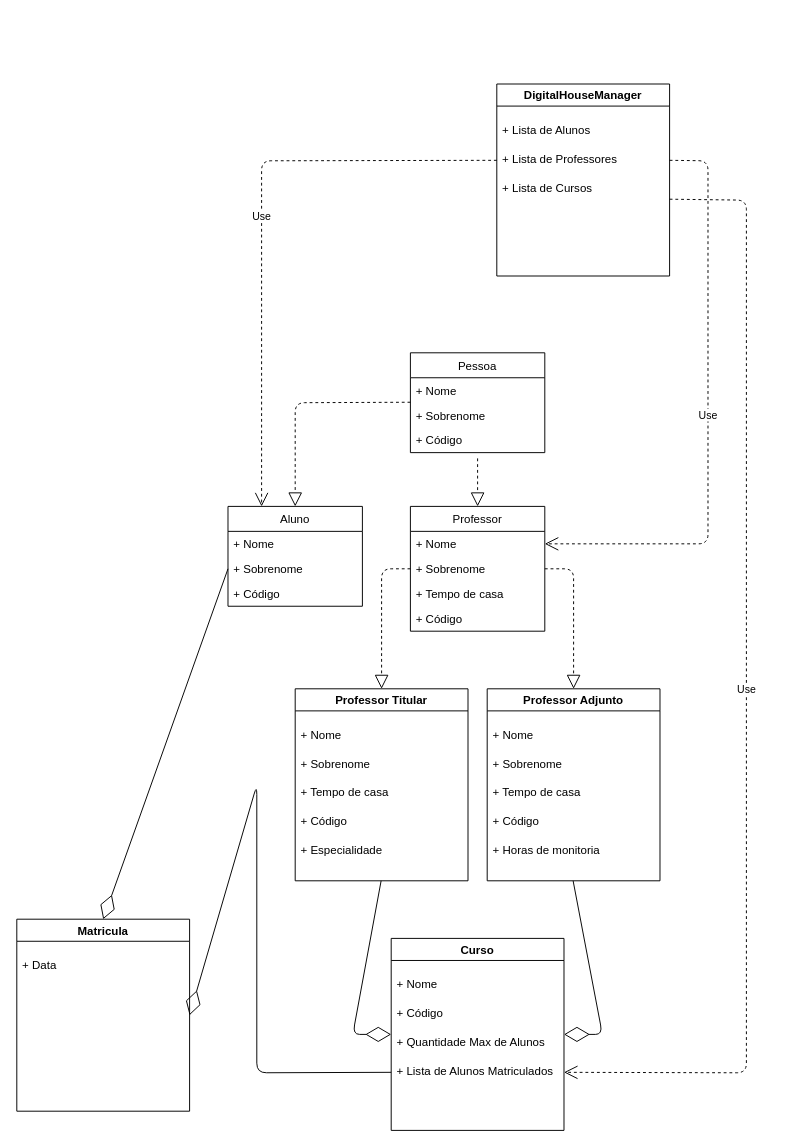
The draw.io diagram page "Page-1" (1 of 3) of DesafioDigitalHouse/UMLDesafio.drawio in nailson13b/Digital-House, before the edit. Source tidied: cells renumbered, new cells numbered last; positions are measured from the earlier drawing's top-left corner, leaving out a move shared by most shapes. Both pictures are drawn from the tidied source at 96%, with x=0, y=0 at pixel (16, 84).
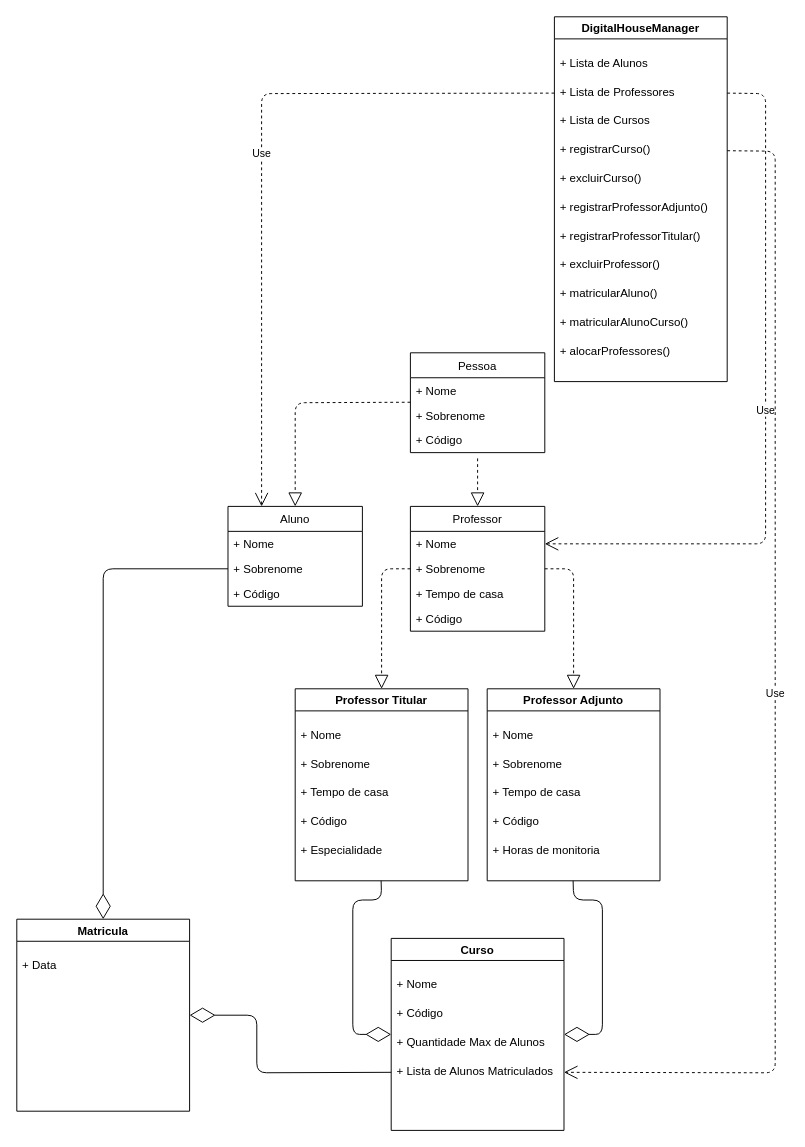
Above is the later version.

The change refers to these unchanged cells:
```xml
<mxCell id="2" value="Aluno" style="swimlane;fontStyle=0;horizontal=1;startSize=26;fillColor=none;" parent="1" vertex="1">
  <mxGeometry x="220" y="440" width="140" height="104" as="geometry" />
</mxCell>
<mxCell id="4" value="+ Sobrenome" style="text;strokeColor=none;fillColor=none;align=left;verticalAlign=top;spacingLeft=4;spacingRight=4;overflow=hidden;points=[[0,0.5],[1,0.5]];portConstraint=eastwest;" parent="2" vertex="1">
  <mxGeometry y="52" width="140" height="26" as="geometry" />
</mxCell>
<mxCell id="7" value="+ Nome" style="text;strokeColor=none;fillColor=none;align=left;verticalAlign=top;spacingLeft=4;spacingRight=4;overflow=hidden;points=[[0,0.5],[1,0.5]];portConstraint=eastwest;" parent="6" vertex="1">
  <mxGeometry y="26" width="140" height="26" as="geometry" />
</mxCell>
<mxCell id="37" value="+ Lista de Alunos Matriculados" style="text;strokeColor=none;fillColor=none;align=left;verticalAlign=top;spacingLeft=4;spacingRight=4;overflow=hidden;points=[[0,0.5],[1,0.5]];portConstraint=eastwest;" parent="33" vertex="1">
  <mxGeometry y="124.5" width="180" height="30" as="geometry" />
</mxCell>
<mxCell id="38" value="Matricula" style="swimlane;startSize=23;" parent="1" vertex="1">
  <mxGeometry y="870" width="180" height="200" as="geometry" />
</mxCell>
<mxCell id="44" value="+ Lista de Professores" style="text;strokeColor=none;fillColor=none;align=left;verticalAlign=top;spacingLeft=4;spacingRight=4;overflow=hidden;points=[[0,0.5],[1,0.5]];portConstraint=eastwest;" parent="42" vertex="1">
  <mxGeometry y="64.5" width="180" height="30" as="geometry" />
</mxCell>
```

The edit, as a diff of the source:
```diff
@@
     <mxCell id="31" style="endArrow=diamondThin;endFill=0;endSize=24;html=1;strokeWidth=1;" parent="1" edge="1">
       <mxGeometry relative="1" as="geometry">
         <mxPoint x="579.5" y="830" as="sourcePoint" />
         <mxPoint x="570" y="990" as="targetPoint" />
         <Array as="points">
+          <mxPoint x="580" y="850" />
+          <mxPoint x="610" y="850" />
           <mxPoint x="610" y="990" />
         </Array>
       </mxGeometry>
     </mxCell>
     <mxCell id="32" style="endArrow=diamondThin;endFill=0;endSize=24;html=1;strokeWidth=1;" parent="1" edge="1">
       <mxGeometry relative="1" as="geometry">
         <mxPoint x="379.5" y="830" as="sourcePoint" />
         <mxPoint x="390" y="990" as="targetPoint" />
         <Array as="points">
+          <mxPoint x="380" y="850" />
+          <mxPoint x="350" y="850" />
           <mxPoint x="350" y="990" />
         </Array>
       </mxGeometry>
     </mxCell>
@@
     <mxCell id="40" style="endArrow=diamondThin;endFill=0;endSize=24;html=1;entryX=0.5;entryY=0;entryDx=0;entryDy=0;exitX=0;exitY=0.5;exitDx=0;exitDy=0;" parent="1" edge="1" source="4" target="38">
-      <mxGeometry relative="1" as="geometry" />
+      <mxGeometry relative="1" as="geometry">
+        <Array as="points">
+          <mxPoint x="90" y="505" />
+        </Array>
+      </mxGeometry>
     </mxCell>
     <mxCell id="41" style="endArrow=diamondThin;endFill=0;endSize=24;html=1;entryX=1;entryY=0.5;entryDx=0;entryDy=0;exitX=0;exitY=0.5;exitDx=0;exitDy=0;" parent="1" edge="1" source="37" target="38">
       <mxGeometry relative="1" as="geometry">
         <Array as="points">
           <mxPoint x="250" y="1030" />
-          <mxPoint x="250" y="730" />
+          <mxPoint x="250" y="970" />
         </Array>
       </mxGeometry>
     </mxCell>
     <mxCell id="42" value="DigitalHouseManager" style="swimlane;startSize=23;" parent="1" vertex="1">
-      <mxGeometry x="500" width="180" height="200" as="geometry" />
+      <mxGeometry x="560" y="-70" width="180" height="380" as="geometry" />
     </mxCell>
@@
+    <mxCell id="49" value="+ registrarCurso()" style="text;strokeColor=none;fillColor=none;align=left;verticalAlign=top;spacingLeft=4;spacingRight=4;overflow=hidden;points=[[0,0.5],[1,0.5]];portConstraint=eastwest;" parent="42" vertex="1">
+      <mxGeometry y="124.5" width="180" height="30" as="geometry" />
+    </mxCell>
+    <mxCell id="50" value="+ excluirCurso()" style="text;strokeColor=none;fillColor=none;align=left;verticalAlign=top;spacingLeft=4;spacingRight=4;overflow=hidden;" parent="42" vertex="1">
+      <mxGeometry y="154.5" width="180" height="30" as="geometry" />
+    </mxCell>
+    <mxCell id="51" value="+ registrarProfessorAdjunto()" style="text;strokeColor=none;fillColor=none;align=left;verticalAlign=top;spacingLeft=4;spacingRight=4;overflow=hidden;" parent="42" vertex="1">
+      <mxGeometry y="184.5" width="180" height="30" as="geometry" />
+    </mxCell>
+    <mxCell id="52" value="+ registrarProfessorTitular()" style="text;strokeColor=none;fillColor=none;align=left;verticalAlign=top;spacingLeft=4;spacingRight=4;overflow=hidden;" parent="42" vertex="1">
+      <mxGeometry y="214.5" width="180" height="30" as="geometry" />
+    </mxCell>
+    <mxCell id="53" value="+ excluirProfessor()" style="text;strokeColor=none;fillColor=none;align=left;verticalAlign=top;spacingLeft=4;spacingRight=4;overflow=hidden;" parent="42" vertex="1">
+      <mxGeometry y="244.5" width="180" height="30" as="geometry" />
+    </mxCell>
+    <mxCell id="54" value="+ matricularAluno()" style="text;strokeColor=none;fillColor=none;align=left;verticalAlign=top;spacingLeft=4;spacingRight=4;overflow=hidden;" parent="42" vertex="1">
+      <mxGeometry y="274.5" width="180" height="30" as="geometry" />
+    </mxCell>
+    <mxCell id="55" value="+ matricularAlunoCurso()" style="text;strokeColor=none;fillColor=none;align=left;verticalAlign=top;spacingLeft=4;spacingRight=4;overflow=hidden;" parent="42" vertex="1">
+      <mxGeometry y="304.5" width="180" height="30" as="geometry" />
+    </mxCell>
+    <mxCell id="56" value="+ alocarProfessores()" style="text;strokeColor=none;fillColor=none;align=left;verticalAlign=top;spacingLeft=4;spacingRight=4;overflow=hidden;" parent="42" vertex="1">
+      <mxGeometry y="334.5" width="180" height="30" as="geometry" />
+    </mxCell>
     <mxCell id="46" value="Use" style="endArrow=open;endSize=12;dashed=1;html=1;entryX=0.25;entryY=0;entryDx=0;entryDy=0;exitX=0;exitY=0.5;exitDx=0;exitDy=0;" parent="1" edge="1" source="44" target="2">
       <mxGeometry relative="1" as="geometry">
         <Array as="points">
-          <mxPoint x="255" y="80" />
+          <mxPoint x="255" y="10" />
         </Array>
       </mxGeometry>
     </mxCell>
     <mxCell id="47" value="Use" style="endArrow=open;endSize=12;dashed=1;html=1;exitX=1;exitY=0.5;exitDx=0;exitDy=0;entryX=1;entryY=0.5;entryDx=0;entryDy=0;" parent="1" edge="1" source="44" target="7">
       <mxGeometry relative="1" as="geometry">
         <Array as="points">
-          <mxPoint x="720" y="80" />
-          <mxPoint x="720" y="479" />
+          <mxPoint x="780" y="10" />
+          <mxPoint x="780" y="479" />
         </Array>
       </mxGeometry>
     </mxCell>
-    <mxCell id="48" value="Use" style="endArrow=open;endSize=12;dashed=1;html=1;exitX=1;exitY=0.5;exitDx=0;exitDy=0;entryX=1;entryY=0.5;entryDx=0;entryDy=0;" parent="1" edge="1" target="37">
+    <mxCell id="48" value="Use" style="endArrow=open;endSize=12;dashed=1;html=1;exitX=1;exitY=0.5;exitDx=0;exitDy=0;entryX=1;entryY=0.5;entryDx=0;entryDy=0;" parent="1" edge="1" source="49" target="37">
       <mxGeometry relative="1" as="geometry">
-        <mxPoint x="680" y="120" as="sourcePoint" />
         <Array as="points">
-          <mxPoint x="760" y="121" />
-          <mxPoint x="760" y="1030" />
+          <mxPoint x="790" y="70" />
+          <mxPoint x="790" y="1030" />
         </Array>
       </mxGeometry>
     </mxCell>
```
